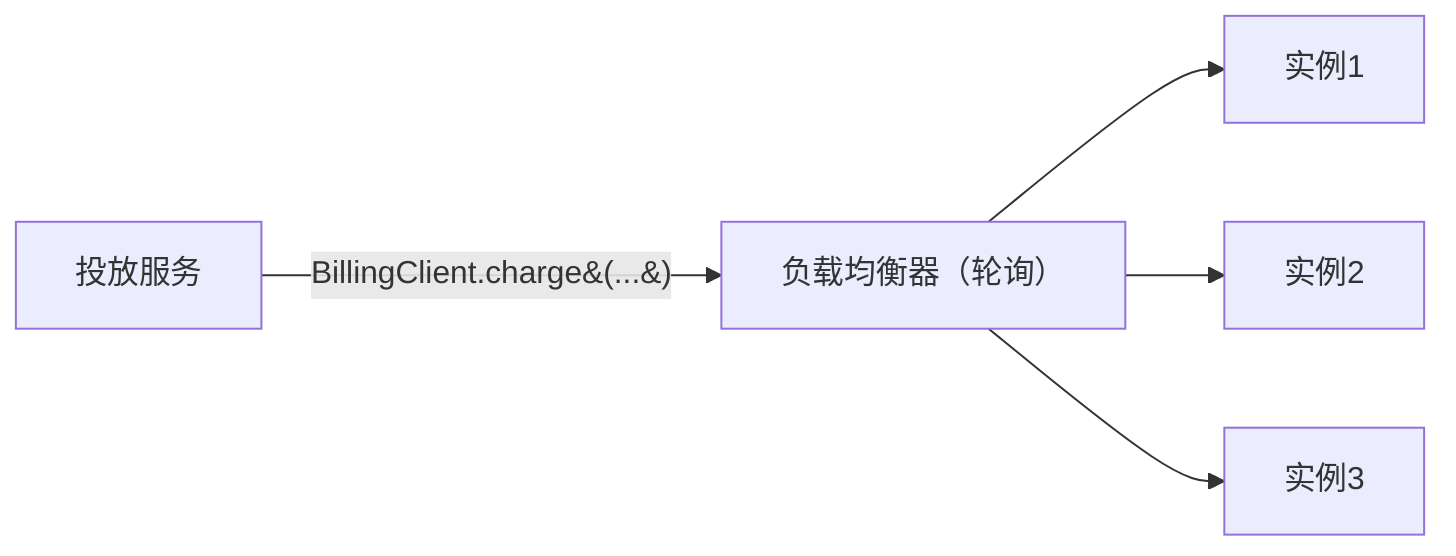
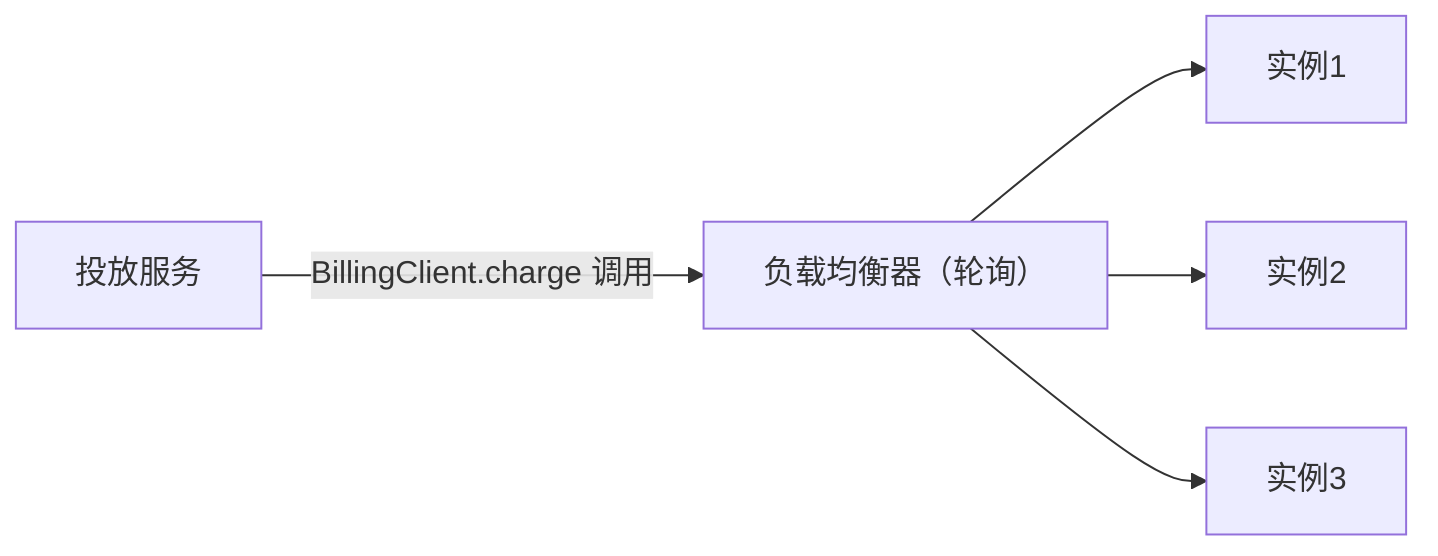
graph LR
-     Service["投放服务"] -->|BillingClient.charge&#40;...&#41;| LB["负载均衡器（轮询）"]
+     Service["投放服务"] -->|BillingClient.charge 调用| LB["负载均衡器（轮询）"]
    LB --> I1["实例1"]
    LB --> I2["实例2"]
-     LB --> I3["实例3"]+     LB --> I3["实例3"]
